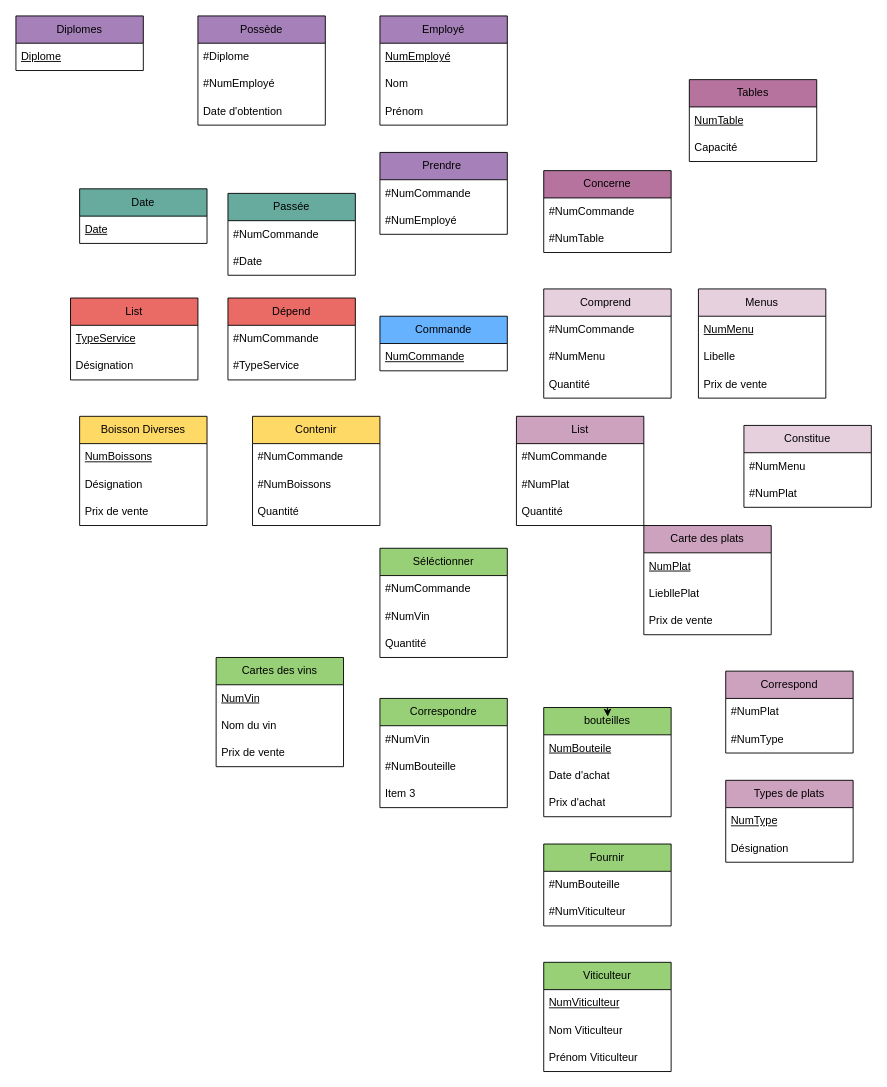
Above: cas pratique/cas pratique 1 Mercredi.drawio in FluXy899/Isitech-2223-B1-MDD-Virgile (draw.io), before the change. Source tidied: cells renumbered, new cells numbered last; positions are measured from the earlier drawing's top-left corner, leaving out a move shared by most shapes. Both pictures are drawn from the tidied source at 91%, with x=0, y=0 at pixel (15, 15).
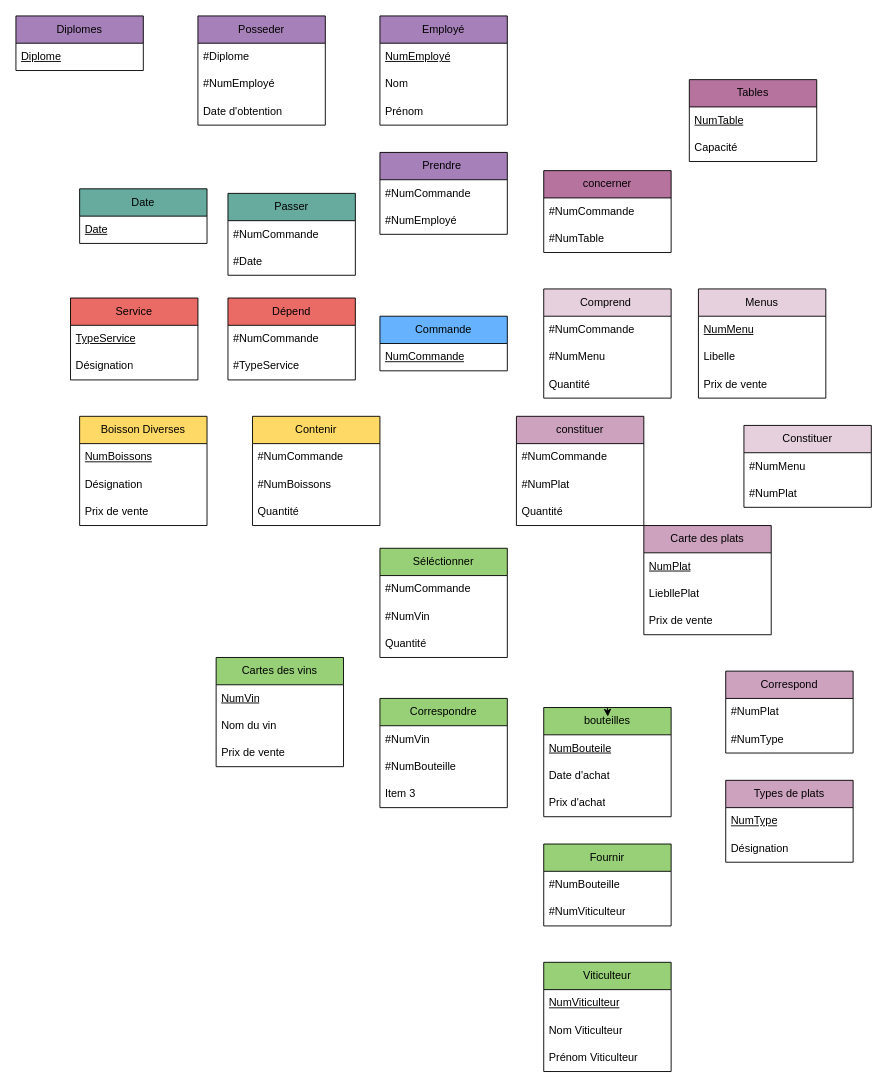
After the change.

Diff of the diagram source:
```diff
@@
-    <mxCell id="12" value="Constitue" style="swimlane;fontStyle=0;horizontal=1;startSize=30;whiteSpace=wrap;html=1;fillColor=#E6D0DE;" parent="1" vertex="1">
+    <mxCell id="12" value="Constituer" style="swimlane;fontStyle=0;horizontal=1;startSize=30;whiteSpace=wrap;html=1;fillColor=#E6D0DE;" parent="1" vertex="1">
       <mxGeometry x="800" y="450" width="140" height="90" as="geometry" />
     </mxCell>
@@
-    <mxCell id="19" value="List" style="swimlane;fontStyle=0;horizontal=1;startSize=30;whiteSpace=wrap;html=1;fillColor=#CDA2BE;" parent="1" vertex="1">
+    <mxCell id="19" value="constituer" style="swimlane;fontStyle=0;horizontal=1;startSize=30;whiteSpace=wrap;html=1;fillColor=#CDA2BE;" parent="1" vertex="1">
       <mxGeometry x="550" y="440" width="140" height="120" as="geometry" />
     </mxCell>
@@
-    <mxCell id="36" value="Concerne" style="swimlane;fontStyle=0;horizontal=1;startSize=30;whiteSpace=wrap;html=1;fillColor=#B5739D;" parent="1" vertex="1">
+    <mxCell id="36" value="concerner&lt;br&gt;" style="swimlane;fontStyle=0;horizontal=1;startSize=30;whiteSpace=wrap;html=1;fillColor=#B5739D;" parent="1" vertex="1">
       <mxGeometry x="580" y="170" width="140" height="90" as="geometry" />
     </mxCell>
@@
-    <mxCell id="42" value="Possède" style="swimlane;fontStyle=0;horizontal=1;startSize=30;whiteSpace=wrap;html=1;fillColor=#A680B8;" parent="1" vertex="1">
+    <mxCell id="42" value="Posseder" style="swimlane;fontStyle=0;horizontal=1;startSize=30;whiteSpace=wrap;html=1;fillColor=#A680B8;" parent="1" vertex="1">
       <mxGeometry x="200" width="140" height="120" as="geometry" />
     </mxCell>
@@
-    <mxCell id="48" value="Passée" style="swimlane;fontStyle=0;horizontal=1;startSize=30;whiteSpace=wrap;html=1;fillColor=#67AB9F;" parent="1" vertex="1">
+    <mxCell id="48" value="Passer" style="swimlane;fontStyle=0;horizontal=1;startSize=30;whiteSpace=wrap;html=1;fillColor=#67AB9F;" parent="1" vertex="1">
       <mxGeometry x="233" y="195" width="140" height="90" as="geometry" />
     </mxCell>
@@
-    <mxCell id="56" value="List" style="swimlane;fontStyle=0;horizontal=1;startSize=30;whiteSpace=wrap;html=1;fillColor=#EA6B66;" parent="1" vertex="1">
+    <mxCell id="56" value="Service" style="swimlane;fontStyle=0;horizontal=1;startSize=30;whiteSpace=wrap;html=1;fillColor=#EA6B66;" parent="1" vertex="1">
       <mxGeometry x="60" y="310" width="140" height="90" as="geometry" />
     </mxCell>
```
